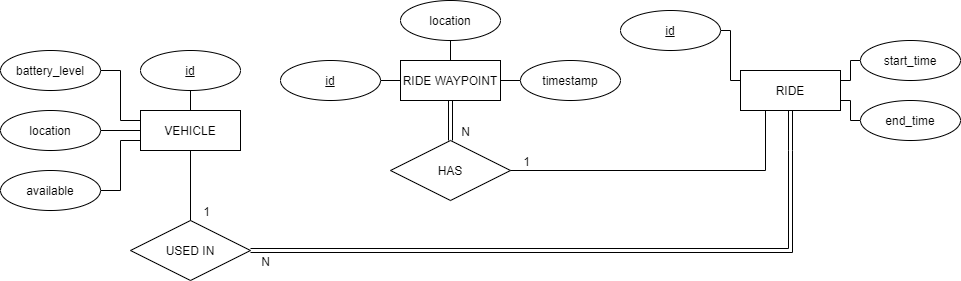
Before: db.ride.png, a diagram exported from draw.io (alex-sandri/esame-di-stato-2021). Source tidied: cells renumbered, new cells last; positions are measured from the earlier drawing's top-left corner, leaving out a move shared by most shapes. Source of this version:
```xml
<mxGraphModel>
  <root>
    <mxCell id="0" />
    <mxCell id="1" parent="0" />
    <mxCell id="2" value="RIDE" style="whiteSpace=wrap;html=1;align=center;" parent="1" vertex="1">
      <mxGeometry x="740" y="70" width="100" height="40" as="geometry" />
    </mxCell>
    <mxCell id="3" value="RIDE WAYPOINT" style="whiteSpace=wrap;html=1;align=center;" parent="1" vertex="1">
      <mxGeometry x="400" y="60" width="100" height="40" as="geometry" />
    </mxCell>
    <mxCell id="4" value="VEHICLE" style="whiteSpace=wrap;html=1;align=center;" parent="1" vertex="1">
      <mxGeometry x="140" y="110" width="100" height="40" as="geometry" />
    </mxCell>
    <mxCell id="5" value="HAS" style="shape=rhombus;perimeter=rhombusPerimeter;whiteSpace=wrap;html=1;align=center;" parent="1" vertex="1">
      <mxGeometry x="390" y="140" width="120" height="60" as="geometry" />
    </mxCell>
    <mxCell id="6" value="USED IN" style="shape=rhombus;perimeter=rhombusPerimeter;whiteSpace=wrap;html=1;align=center;" parent="1" vertex="1">
      <mxGeometry x="130" y="220" width="120" height="60" as="geometry" />
    </mxCell>
    <mxCell id="7" style="shape=link;html=1;rounded=0;endArrow=none;endFill=0;exitX=0.5;exitY=1;exitDx=0;exitDy=0;entryX=1;entryY=0.5;entryDx=0;entryDy=0;" parent="1" edge="1" source="2" target="6">
      <mxGeometry relative="1" as="geometry">
        <Array as="points">
          <mxPoint x="790" y="150" />
          <mxPoint x="790" y="250" />
        </Array>
      </mxGeometry>
    </mxCell>
    <mxCell id="8" value="N" style="html=1;align=right;verticalAlign=bottom;" parent="7" vertex="1">
      <mxGeometry x="1" relative="1" as="geometry">
        <mxPoint x="20" y="20" as="offset" />
      </mxGeometry>
    </mxCell>
    <mxCell id="9" style="endArrow=none;html=1;rounded=0;exitX=0.5;exitY=1;exitDx=0;exitDy=0;entryX=0.5;entryY=0;entryDx=0;entryDy=0;" parent="1" edge="1" source="4" target="6">
      <mxGeometry relative="1" as="geometry" />
    </mxCell>
    <mxCell id="10" value="1" style="html=1;align=right;verticalAlign=bottom;rotation=0;" parent="9" vertex="1">
      <mxGeometry x="1" relative="1" as="geometry">
        <mxPoint x="20" as="offset" />
      </mxGeometry>
    </mxCell>
    <mxCell id="11" style="shape=link;html=1;rounded=0;endArrow=none;endFill=0;entryX=0.5;entryY=0;entryDx=0;entryDy=0;exitX=0.5;exitY=1;exitDx=0;exitDy=0;" parent="1" edge="1" source="3" target="5">
      <mxGeometry relative="1" as="geometry" />
    </mxCell>
    <mxCell id="12" value="N" style="html=1;align=right;verticalAlign=bottom;rotation=0;" parent="11" vertex="1">
      <mxGeometry x="1" relative="1" as="geometry">
        <mxPoint x="20" as="offset" />
      </mxGeometry>
    </mxCell>
    <mxCell id="13" style="endArrow=none;html=1;rounded=0;exitX=0.25;exitY=1;exitDx=0;exitDy=0;entryX=1;entryY=0.5;entryDx=0;entryDy=0;" parent="1" edge="1" source="2" target="5">
      <mxGeometry relative="1" as="geometry">
        <Array as="points">
          <mxPoint x="765" y="170" />
        </Array>
      </mxGeometry>
    </mxCell>
    <mxCell id="14" value="1" style="html=1;align=right;verticalAlign=bottom;rotation=0;" parent="13" vertex="1">
      <mxGeometry x="1" relative="1" as="geometry">
        <mxPoint x="20" as="offset" />
      </mxGeometry>
    </mxCell>
    <mxCell id="15" style="edgeStyle=orthogonalEdgeStyle;rounded=0;jettySize=auto;html=1;exitX=0;exitY=0.5;exitDx=0;exitDy=0;entryX=1;entryY=0.5;entryDx=0;entryDy=0;endArrow=none;endFill=0;" parent="1" edge="1" source="16" target="3">
      <mxGeometry relative="1" as="geometry" />
    </mxCell>
    <mxCell id="16" value="timestamp" style="ellipse;whiteSpace=wrap;html=1;align=center;" parent="1" vertex="1">
      <mxGeometry x="520" y="60" width="100" height="40" as="geometry" />
    </mxCell>
    <mxCell id="17" style="edgeStyle=orthogonalEdgeStyle;rounded=0;jettySize=auto;html=1;exitX=1;exitY=0.5;exitDx=0;exitDy=0;entryX=0;entryY=0.5;entryDx=0;entryDy=0;endArrow=none;endFill=0;" parent="1" edge="1" source="18" target="3">
      <mxGeometry relative="1" as="geometry" />
    </mxCell>
    <mxCell id="18" value="id" style="ellipse;whiteSpace=wrap;html=1;align=center;fontStyle=4;" parent="1" vertex="1">
      <mxGeometry x="280" y="60" width="100" height="40" as="geometry" />
    </mxCell>
    <mxCell id="19" style="edgeStyle=orthogonalEdgeStyle;rounded=0;jettySize=auto;html=1;exitX=0.5;exitY=1;exitDx=0;exitDy=0;entryX=0.5;entryY=0;entryDx=0;entryDy=0;endArrow=none;endFill=0;" parent="1" edge="1" source="20" target="3">
      <mxGeometry relative="1" as="geometry" />
    </mxCell>
    <mxCell id="20" value="location" style="ellipse;whiteSpace=wrap;html=1;align=center;" parent="1" vertex="1">
      <mxGeometry x="400" width="100" height="40" as="geometry" />
    </mxCell>
    <mxCell id="21" style="edgeStyle=orthogonalEdgeStyle;rounded=0;jettySize=auto;html=1;exitX=1;exitY=0.5;exitDx=0;exitDy=0;entryX=0;entryY=0.25;entryDx=0;entryDy=0;endArrow=none;endFill=0;" parent="1" edge="1" source="22" target="2">
      <mxGeometry relative="1" as="geometry">
        <Array as="points">
          <mxPoint x="730" y="30" />
          <mxPoint x="730" y="80" />
        </Array>
      </mxGeometry>
    </mxCell>
    <mxCell id="22" value="id" style="ellipse;whiteSpace=wrap;html=1;align=center;fontStyle=4;" parent="1" vertex="1">
      <mxGeometry x="620" y="10" width="100" height="40" as="geometry" />
    </mxCell>
    <mxCell id="23" style="edgeStyle=orthogonalEdgeStyle;rounded=0;jettySize=auto;html=1;exitX=0;exitY=0.5;exitDx=0;exitDy=0;entryX=1;entryY=0.25;entryDx=0;entryDy=0;endArrow=none;endFill=0;" parent="1" edge="1" source="24" target="2">
      <mxGeometry relative="1" as="geometry">
        <Array as="points">
          <mxPoint x="850" y="60" />
          <mxPoint x="850" y="80" />
        </Array>
      </mxGeometry>
    </mxCell>
    <mxCell id="24" value="start_time" style="ellipse;whiteSpace=wrap;html=1;align=center;" parent="1" vertex="1">
      <mxGeometry x="860" y="40" width="100" height="40" as="geometry" />
    </mxCell>
    <mxCell id="25" style="edgeStyle=orthogonalEdgeStyle;rounded=0;jettySize=auto;html=1;exitX=0;exitY=0.5;exitDx=0;exitDy=0;entryX=1;entryY=0.75;entryDx=0;entryDy=0;endArrow=none;endFill=0;" parent="1" edge="1" source="26" target="2">
      <mxGeometry relative="1" as="geometry">
        <Array as="points">
          <mxPoint x="850" y="120" />
          <mxPoint x="850" y="100" />
        </Array>
      </mxGeometry>
    </mxCell>
    <mxCell id="26" value="end_time" style="ellipse;whiteSpace=wrap;html=1;align=center;" parent="1" vertex="1">
      <mxGeometry x="860" y="100" width="100" height="40" as="geometry" />
    </mxCell>
    <mxCell id="27" style="edgeStyle=orthogonalEdgeStyle;rounded=0;jettySize=auto;html=1;exitX=0.5;exitY=1;exitDx=0;exitDy=0;entryX=0.5;entryY=0;entryDx=0;entryDy=0;endArrow=none;endFill=0;" parent="1" edge="1" source="28" target="4">
      <mxGeometry relative="1" as="geometry" />
    </mxCell>
    <mxCell id="28" value="id" style="ellipse;whiteSpace=wrap;html=1;align=center;fontStyle=4;" parent="1" vertex="1">
      <mxGeometry x="140" y="50" width="100" height="40" as="geometry" />
    </mxCell>
    <mxCell id="29" style="edgeStyle=orthogonalEdgeStyle;rounded=0;jettySize=auto;html=1;exitX=1;exitY=0.5;exitDx=0;exitDy=0;entryX=0;entryY=0.25;entryDx=0;entryDy=0;endArrow=none;endFill=0;" parent="1" edge="1" source="30" target="4">
      <mxGeometry relative="1" as="geometry" />
    </mxCell>
    <mxCell id="30" value="battery_level" style="ellipse;whiteSpace=wrap;html=1;align=center;" parent="1" vertex="1">
      <mxGeometry y="50" width="100" height="40" as="geometry" />
    </mxCell>
    <mxCell id="31" style="edgeStyle=orthogonalEdgeStyle;rounded=0;jettySize=auto;html=1;exitX=1;exitY=0.5;exitDx=0;exitDy=0;entryX=0;entryY=0.5;entryDx=0;entryDy=0;endArrow=none;endFill=0;" parent="1" edge="1" source="32" target="4">
      <mxGeometry relative="1" as="geometry" />
    </mxCell>
    <mxCell id="32" value="location" style="ellipse;whiteSpace=wrap;html=1;align=center;" parent="1" vertex="1">
      <mxGeometry y="110" width="100" height="40" as="geometry" />
    </mxCell>
    <mxCell id="33" style="edgeStyle=orthogonalEdgeStyle;rounded=0;jettySize=auto;html=1;exitX=1;exitY=0.5;exitDx=0;exitDy=0;entryX=0;entryY=0.75;entryDx=0;entryDy=0;endArrow=none;endFill=0;" parent="1" edge="1" source="34" target="4">
      <mxGeometry relative="1" as="geometry" />
    </mxCell>
    <mxCell id="34" value="available" style="ellipse;whiteSpace=wrap;html=1;align=center;" parent="1" vertex="1">
      <mxGeometry y="170" width="100" height="40" as="geometry" />
    </mxCell>
  </root>
</mxGraphModel>
```
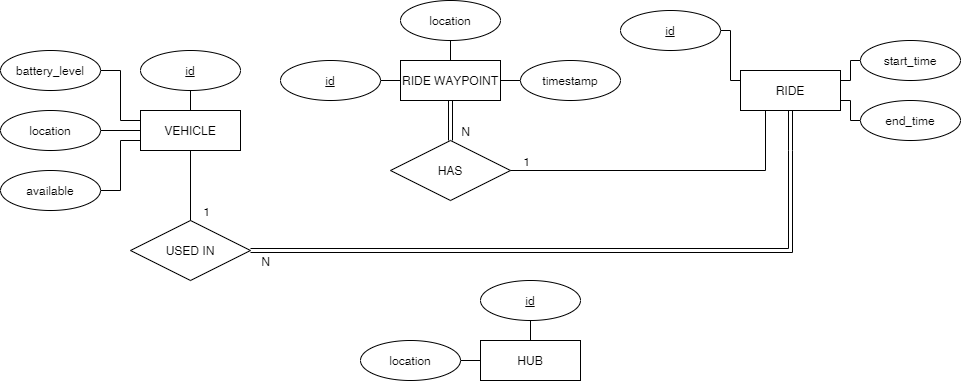
The same file after the commit.

Commit message:
Add hub table in diagram

Diff of the diagram source:
```diff
@@ -133,5 +133,20 @@
     <mxCell id="34" value="available" style="ellipse;whiteSpace=wrap;html=1;align=center;" parent="1" vertex="1">
       <mxGeometry y="170" width="100" height="40" as="geometry" />
     </mxCell>
+    <mxCell id="35" value="HUB" style="whiteSpace=wrap;html=1;align=center;" parent="1" vertex="1">
+      <mxGeometry x="480" y="340" width="100" height="40" as="geometry" />
+    </mxCell>
+    <mxCell id="36" style="edgeStyle=orthogonalEdgeStyle;rounded=0;jettySize=auto;html=1;exitX=0.5;exitY=1;exitDx=0;exitDy=0;entryX=0.5;entryY=0;entryDx=0;entryDy=0;endArrow=none;endFill=0;" parent="1" edge="1" source="37" target="35">
+      <mxGeometry relative="1" as="geometry" />
+    </mxCell>
+    <mxCell id="37" value="id" style="ellipse;whiteSpace=wrap;html=1;align=center;fontStyle=4;" parent="1" vertex="1">
+      <mxGeometry x="480" y="280" width="100" height="40" as="geometry" />
+    </mxCell>
+    <mxCell id="38" style="edgeStyle=orthogonalEdgeStyle;rounded=0;jettySize=auto;html=1;exitX=1;exitY=0.5;exitDx=0;exitDy=0;entryX=0;entryY=0.5;entryDx=0;entryDy=0;endArrow=none;endFill=0;" parent="1" edge="1" source="39" target="35">
+      <mxGeometry relative="1" as="geometry" />
+    </mxCell>
+    <mxCell id="39" value="location" style="ellipse;whiteSpace=wrap;html=1;align=center;" parent="1" vertex="1">
+      <mxGeometry x="360" y="340" width="100" height="40" as="geometry" />
+    </mxCell>
   </root>
 </mxGraphModel>
```
